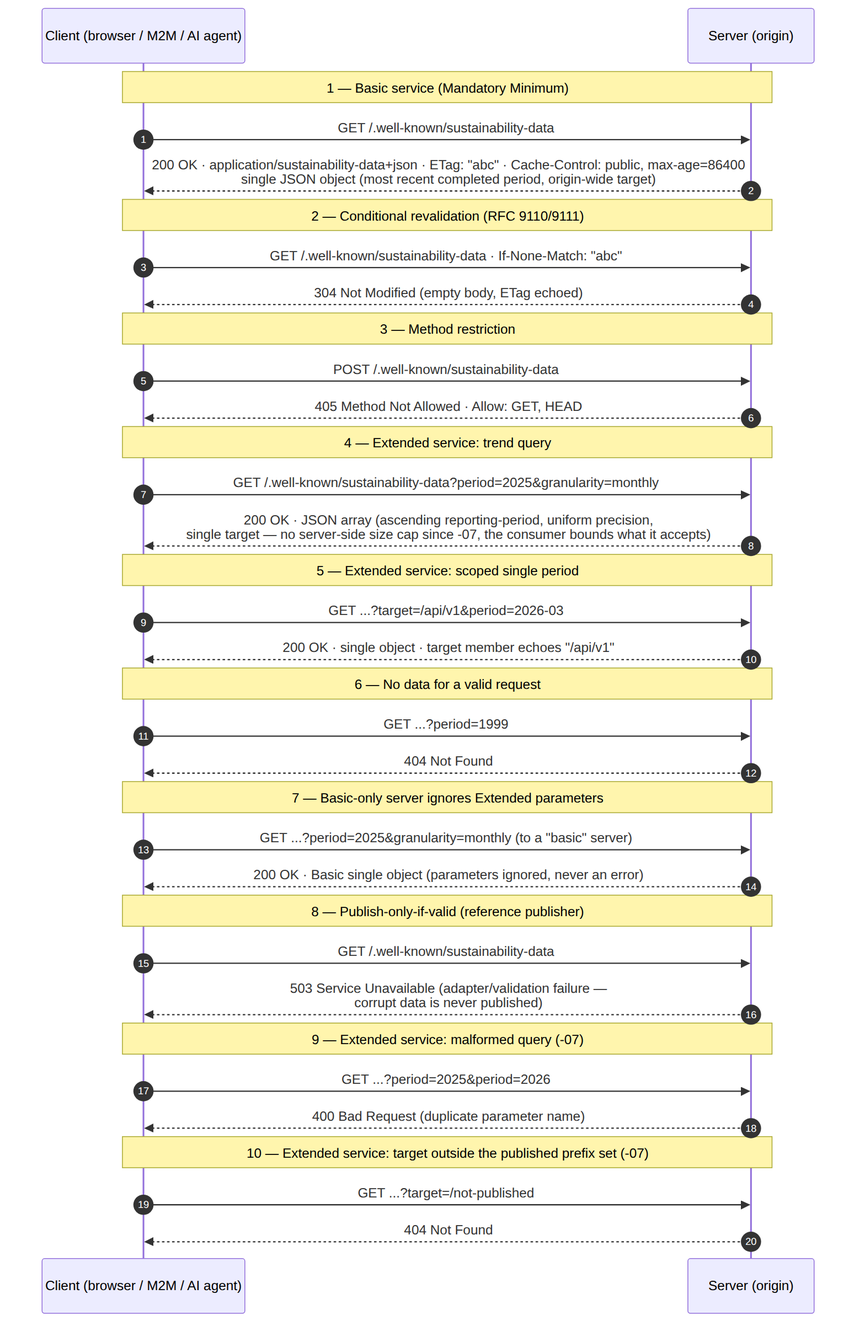
andreibesleaga/rfc-sustainability-wellknown keeps this Mermaid diagram as architecture/images/protocol-sequence.png. Above is the earlier version. Its source is kept beside it as architecture/diagrams/protocol-sequence.mmd.
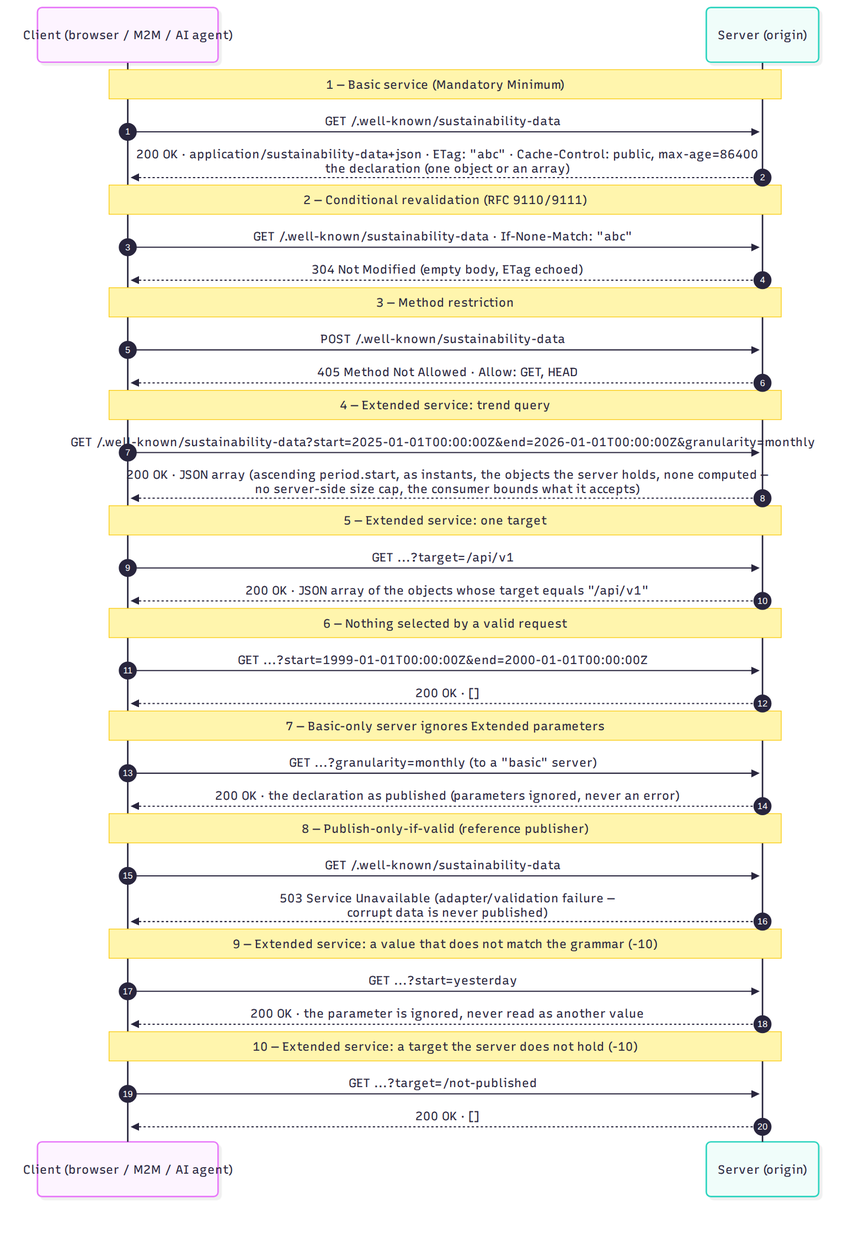
Above is the later version.

What changed in the source:
```diff
@@ -17,7 +17,7 @@
 
     Note over C,S: 4 — Extended service: trend query
     C->>S: GET /.well-known/sustainability-data?start=2025-01-01T00:00:00Z&end=2026-01-01T00:00:00Z&granularity=monthly
-    S-->>C: 200 OK · JSON array (ascending period.start, as instants; the objects the server holds, none computed —<br/>no server-side size cap, the consumer bounds what it accepts)
+    S-->>C: 200 OK · JSON array (ascending period.start, as instants, the objects the server holds, none computed —<br/>no server-side size cap, the consumer bounds what it accepts)
 
     Note over C,S: 5 — Extended service: one target
     C->>S: GET ...?target=/api/v1
```
